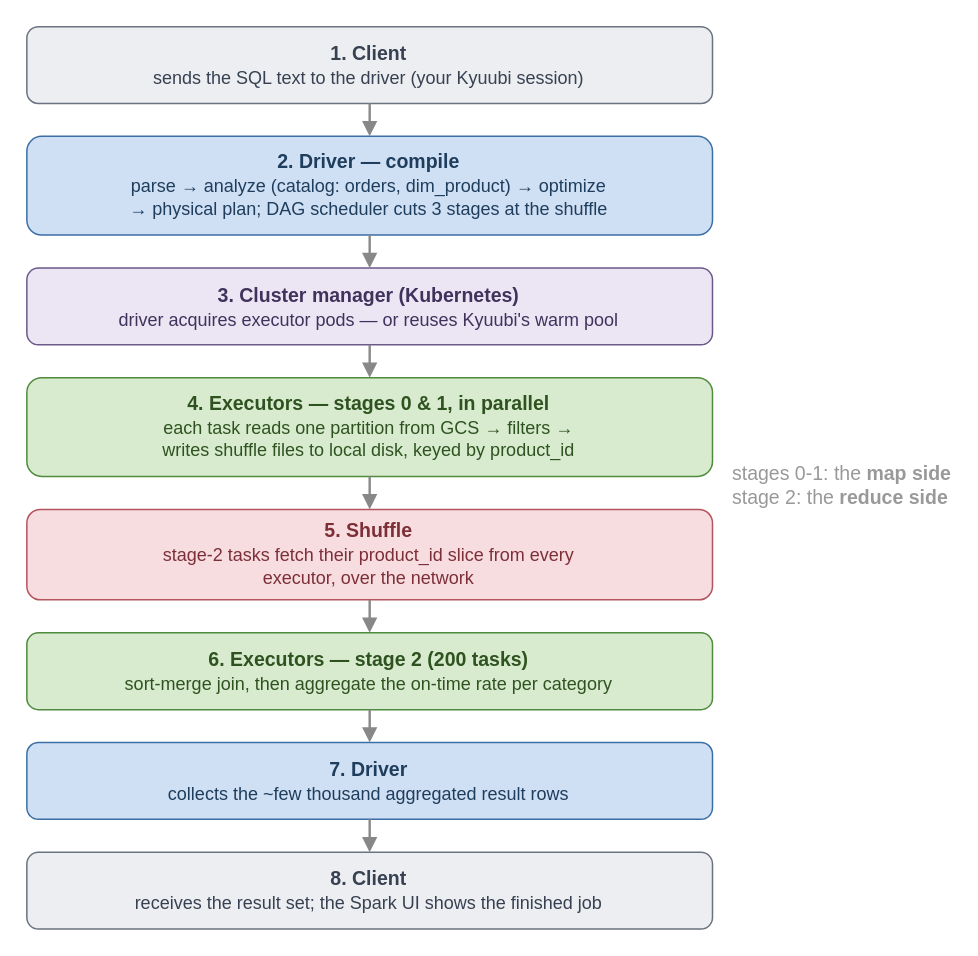
AlanPhan04/spark-101-to-pro keeps this draw.io diagram as book/figures/query-submission-flow.drawio. Above is the earlier version. Source tidied: cells renumbered, new cells numbered last; positions are measured from the earlier drawing's top-left corner, leaving out a move shared by most shapes. Both pictures are drawn from the tidied source at 150%, with x=0, y=0 at pixel (26, 26).
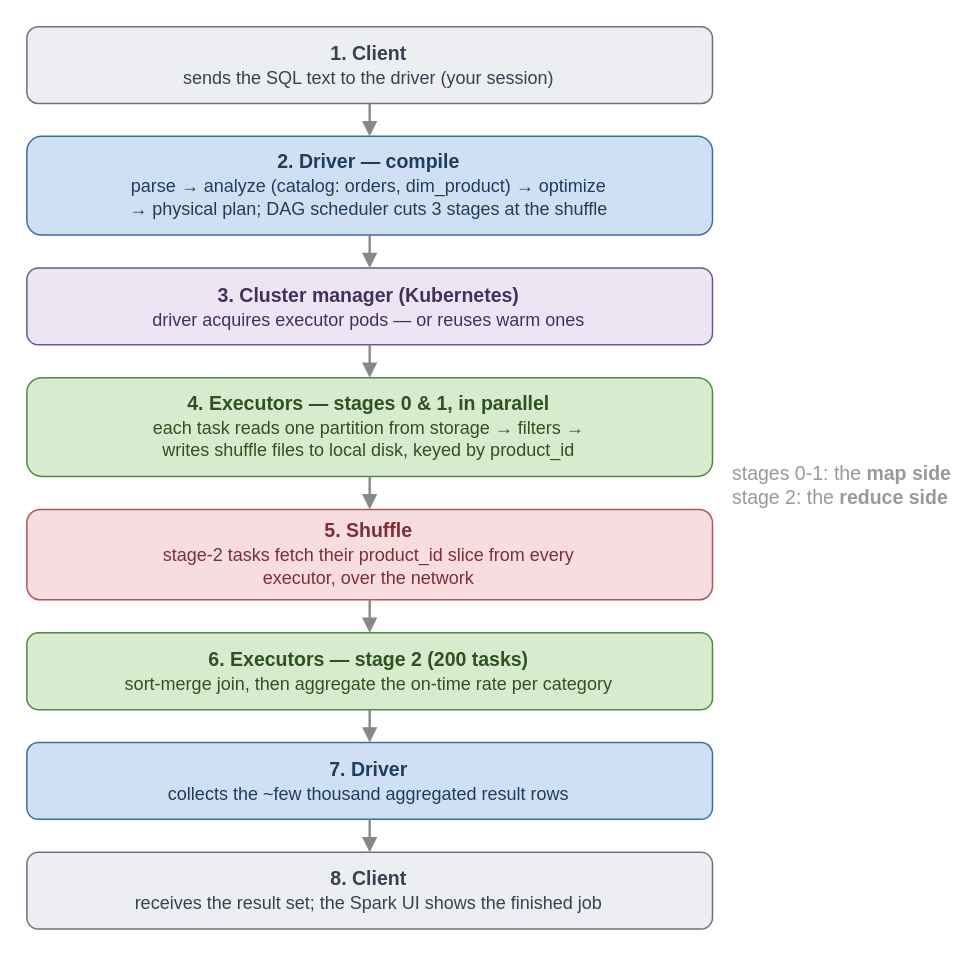
The same page after the edit.

What changed in the source:
```diff
@@
 <mxGraphModel>
   <root>
     <mxCell id="0" />
     <mxCell id="1" parent="0" />
-    <mxCell id="2" value="&lt;b&gt;1. Client&lt;/b&gt;&lt;br&gt;&lt;span style=&quot;font-size:12px&quot;&gt;sends the SQL text to the driver (your Kyuubi session)&lt;/span&gt;" style="rounded=1;whiteSpace=wrap;html=1;fillColor=#eceef1;strokeColor=#6b7280;fontSize=13;fontColor=#374151;" parent="1" vertex="1">
+    <mxCell id="2" value="&lt;b&gt;1. Client&lt;/b&gt;&lt;br&gt;&lt;span style=&quot;font-size:12px&quot;&gt;sends the SQL text to the driver (your session)&lt;/span&gt;" style="rounded=1;whiteSpace=wrap;html=1;fillColor=#eceef1;strokeColor=#6b7280;fontSize=13;fontColor=#374151;" parent="1" vertex="1">
       <mxGeometry x="0.4" y="0.3" width="457.1" height="51.2" as="geometry" />
     </mxCell>
     <mxCell id="3" value="&lt;b&gt;2. Driver &amp;#8212; compile&lt;/b&gt;&lt;br&gt;&lt;span style=&quot;font-size:12px&quot;&gt;parse &amp;#8594; analyze (catalog: orders, dim_product) &amp;#8594; optimize&lt;br&gt;&amp;#8594; physical plan; DAG scheduler cuts 3 stages at the shuffle&lt;/span&gt;" style="rounded=1;whiteSpace=wrap;html=1;fillColor=#cfe0f4;strokeColor=#3b6ea5;fontSize=13;fontColor=#1f3d5c;" parent="1" vertex="1">
       <mxGeometry x="0.4" y="73.4" width="457.1" height="65.8" as="geometry" />
     </mxCell>
-    <mxCell id="4" value="&lt;b&gt;3. Cluster manager (Kubernetes)&lt;/b&gt;&lt;br&gt;&lt;span style=&quot;font-size:12px&quot;&gt;driver acquires executor pods &amp;#8212; or reuses Kyuubi's warm pool&lt;/span&gt;" style="rounded=1;whiteSpace=wrap;html=1;fillColor=#ece6f4;strokeColor=#6a5a8a;fontSize=13;fontColor=#3f335c;" parent="1" vertex="1">
+    <mxCell id="4" value="&lt;b&gt;3. Cluster manager (Kubernetes)&lt;/b&gt;&lt;br&gt;&lt;span style=&quot;font-size:12px&quot;&gt;driver acquires executor pods &amp;#8212; or reuses warm ones&lt;/span&gt;" style="rounded=1;whiteSpace=wrap;html=1;fillColor=#ece6f4;strokeColor=#6a5a8a;fontSize=13;fontColor=#3f335c;" parent="1" vertex="1">
       <mxGeometry x="0.4" y="161.2" width="457.1" height="51.2" as="geometry" />
     </mxCell>
-    <mxCell id="5" value="&lt;b&gt;4. Executors &amp;#8212; stages 0 &amp; 1, in parallel&lt;/b&gt;&lt;br&gt;&lt;span style=&quot;font-size:12px&quot;&gt;each task reads one partition from GCS &amp;#8594; filters &amp;#8594;&lt;br&gt;writes shuffle files to local disk, keyed by product_id&lt;/span&gt;" style="rounded=1;whiteSpace=wrap;html=1;fillColor=#d8ebcf;strokeColor=#4f8a3d;fontSize=13;fontColor=#2f5320;" parent="1" vertex="1">
+    <mxCell id="5" value="&lt;b&gt;4. Executors &amp;#8212; stages 0 &amp; 1, in parallel&lt;/b&gt;&lt;br&gt;&lt;span style=&quot;font-size:12px&quot;&gt;each task reads one partition from storage &amp;#8594; filters &amp;#8594;&lt;br&gt;writes shuffle files to local disk, keyed by product_id&lt;/span&gt;" style="rounded=1;whiteSpace=wrap;html=1;fillColor=#d8ebcf;strokeColor=#4f8a3d;fontSize=13;fontColor=#2f5320;" parent="1" vertex="1">
       <mxGeometry x="0.4" y="234.3" width="457.1" height="65.8" as="geometry" />
     </mxCell>
     <mxCell id="6" value="&lt;b&gt;5. Shuffle&lt;/b&gt;&lt;br&gt;&lt;span style=&quot;font-size:12px&quot;&gt;stage-2 tasks fetch their product_id slice from every&lt;br&gt;executor, over the network&lt;/span&gt;" style="rounded=1;whiteSpace=wrap;html=1;fillColor=#f7dde0;strokeColor=#b5545e;fontSize=13;fontColor=#7d2f38;" parent="1" vertex="1">
       <mxGeometry x="0.4" y="322.1" width="457.1" height="60.3" as="geometry" />
     </mxCell>
     <mxCell id="7" value="&lt;b&gt;6. Executors &amp;#8212; stage 2  (200 tasks)&lt;/b&gt;&lt;br&gt;&lt;span style=&quot;font-size:12px&quot;&gt;sort-merge join, then aggregate the on-time rate per category&lt;/span&gt;" style="rounded=1;whiteSpace=wrap;html=1;fillColor=#d8ebcf;strokeColor=#4f8a3d;fontSize=13;fontColor=#2f5320;" parent="1" vertex="1">
       <mxGeometry x="0.4" y="404.4" width="457.1" height="51.2" as="geometry" />
     </mxCell>
     <mxCell id="8" value="&lt;b&gt;7. Driver&lt;/b&gt;&lt;br&gt;&lt;span style=&quot;font-size:12px&quot;&gt;collects the ~few thousand aggregated result rows&lt;/span&gt;" style="rounded=1;whiteSpace=wrap;html=1;fillColor=#cfe0f4;strokeColor=#3b6ea5;fontSize=13;fontColor=#1f3d5c;" parent="1" vertex="1">
       <mxGeometry x="0.4" y="477.5" width="457.1" height="51.2" as="geometry" />
     </mxCell>
     <mxCell id="9" value="&lt;b&gt;8. Client&lt;/b&gt;&lt;br&gt;&lt;span style=&quot;font-size:12px&quot;&gt;receives the result set; the Spark UI shows the finished job&lt;/span&gt;" style="rounded=1;whiteSpace=wrap;html=1;fillColor=#eceef1;strokeColor=#6b7280;fontSize=13;fontColor=#374151;" parent="1" vertex="1">
       <mxGeometry x="0.4" y="550.7" width="457.1" height="51.2" as="geometry" />
     </mxCell>
     <mxCell id="10" style="endArrow=block;html=1;strokeColor=#888888;strokeWidth=1.6;exitX=0.5;exitY=1;entryX=0.5;entryY=0;" parent="1" edge="1" source="2" target="3">
       <mxGeometry relative="1" as="geometry" />
     </mxCell>
     <mxCell id="11" style="endArrow=block;html=1;strokeColor=#888888;strokeWidth=1.6;exitX=0.5;exitY=1;entryX=0.5;entryY=0;" parent="1" edge="1" source="3" target="4">
       <mxGeometry relative="1" as="geometry" />
     </mxCell>
     <mxCell id="12" style="endArrow=block;html=1;strokeColor=#888888;strokeWidth=1.6;exitX=0.5;exitY=1;entryX=0.5;entryY=0;" parent="1" edge="1" source="4" target="5">
       <mxGeometry relative="1" as="geometry" />
     </mxCell>
     <mxCell id="13" style="endArrow=block;html=1;strokeColor=#888888;strokeWidth=1.6;exitX=0.5;exitY=1;entryX=0.5;entryY=0;" parent="1" edge="1" source="5" target="6">
       <mxGeometry relative="1" as="geometry" />
     </mxCell>
     <mxCell id="14" style="endArrow=block;html=1;strokeColor=#888888;strokeWidth=1.6;exitX=0.5;exitY=1;entryX=0.5;entryY=0;" parent="1" edge="1" source="6" target="7">
       <mxGeometry relative="1" as="geometry" />
     </mxCell>
     <mxCell id="15" style="endArrow=block;html=1;strokeColor=#888888;strokeWidth=1.6;exitX=0.5;exitY=1;entryX=0.5;entryY=0;" parent="1" edge="1" source="7" target="8">
       <mxGeometry relative="1" as="geometry" />
     </mxCell>
     <mxCell id="16" style="endArrow=block;html=1;strokeColor=#888888;strokeWidth=1.6;exitX=0.5;exitY=1;entryX=0.5;entryY=0;" parent="1" edge="1" source="8" target="9">
       <mxGeometry relative="1" as="geometry" />
     </mxCell>
     <mxCell id="17" value="stages 0-1: the &lt;b&gt;map side&lt;/b&gt;&lt;br&gt;stage 2: the &lt;b&gt;reduce side&lt;/b&gt;" style="text;html=1;align=left;fontSize=13;fontColor=#999999;" parent="1" vertex="1">
       <mxGeometry x="469" y="283.7" width="80" height="36.6" as="geometry" />
     </mxCell>
   </root>
 </mxGraphModel>
```
